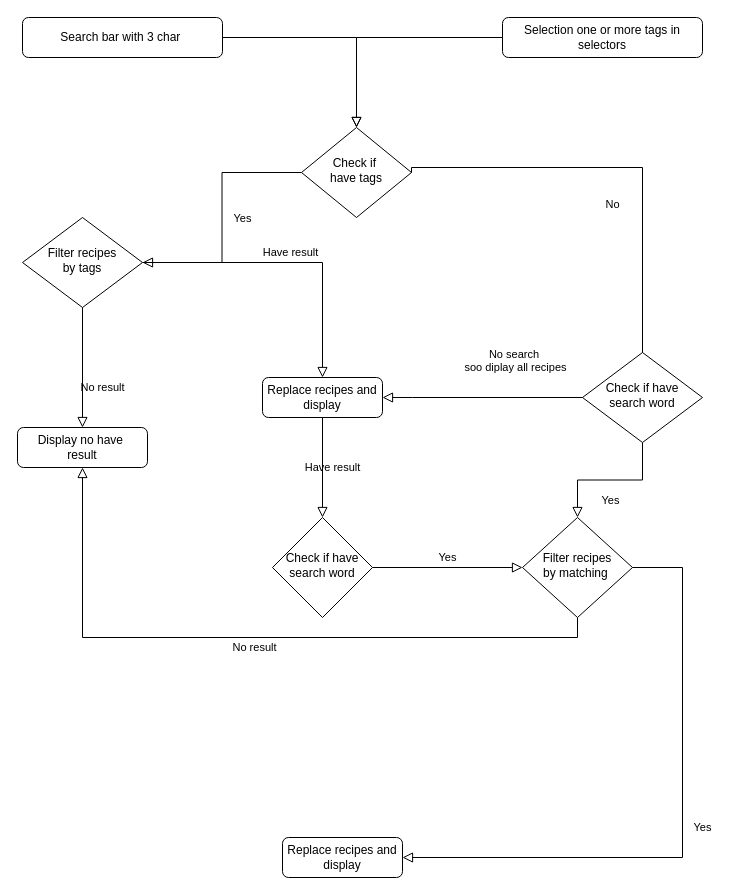
Above: assets/data/Diagramme_search.drawio.drawio in anthonywispelaereweb/OCR-DA-P7 (draw.io), before the change. Source tidied: cells renumbered, new cells numbered last; positions are measured from the earlier drawing's top-left corner, leaving out a move shared by most shapes. Both pictures are drawn from the tidied source at 100%, with x=0, y=0 at pixel (17, 17).
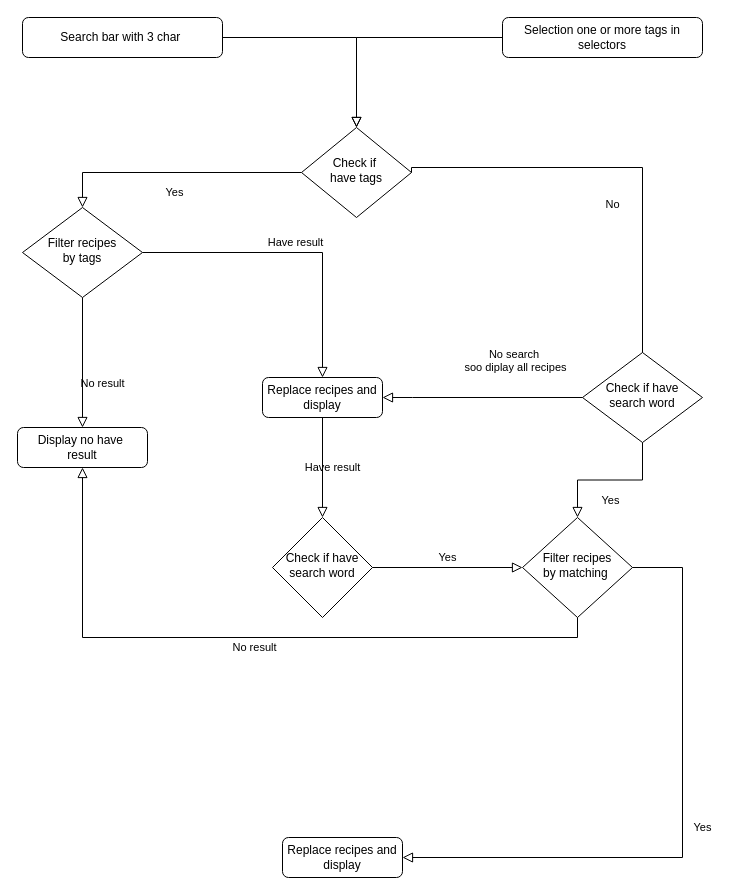
Above is the later version.

The change refers to these unchanged cells:
```xml
<mxCell id="5" value="Check if&amp;nbsp;&lt;div&gt;have tags&lt;/div&gt;" style="rhombus;whiteSpace=wrap;html=1;shadow=0;fontFamily=Helvetica;fontSize=12;align=center;strokeWidth=1;spacing=6;spacingTop=-4;" parent="1" vertex="1">
  <mxGeometry x="284" y="110" width="110" height="90" as="geometry" />
</mxCell>
```

The edit, as a diff of the source:
```diff
@@
-    <mxCell id="4" value="Yes" style="rounded=0;html=1;jettySize=auto;fontSize=11;endArrow=block;endFill=0;endSize=8;strokeWidth=1;shadow=0;labelBackgroundColor=none;edgeStyle=orthogonalEdgeStyle;" parent="1" edge="1" source="5" target="8">
+    <mxCell id="4" value="Yes" style="rounded=0;html=1;jettySize=auto;fontSize=11;endArrow=block;endFill=0;endSize=8;strokeWidth=1;shadow=0;labelBackgroundColor=none;edgeStyle=orthogonalEdgeStyle;entryX=0.5;entryY=0;entryDx=0;entryDy=0;" parent="1" edge="1" source="5" target="8">
       <mxGeometry y="20" relative="1" as="geometry" />
     </mxCell>
@@
     <mxCell id="8" value="Filter recipes&lt;div&gt;by tags&lt;/div&gt;" style="rhombus;whiteSpace=wrap;html=1;shadow=0;fontFamily=Helvetica;fontSize=12;align=center;strokeWidth=1;spacing=6;spacingTop=-4;" parent="1" vertex="1">
-      <mxGeometry x="5" y="200" width="120" height="90" as="geometry" />
+      <mxGeometry x="5" y="190" width="120" height="90" as="geometry" />
     </mxCell>
```
